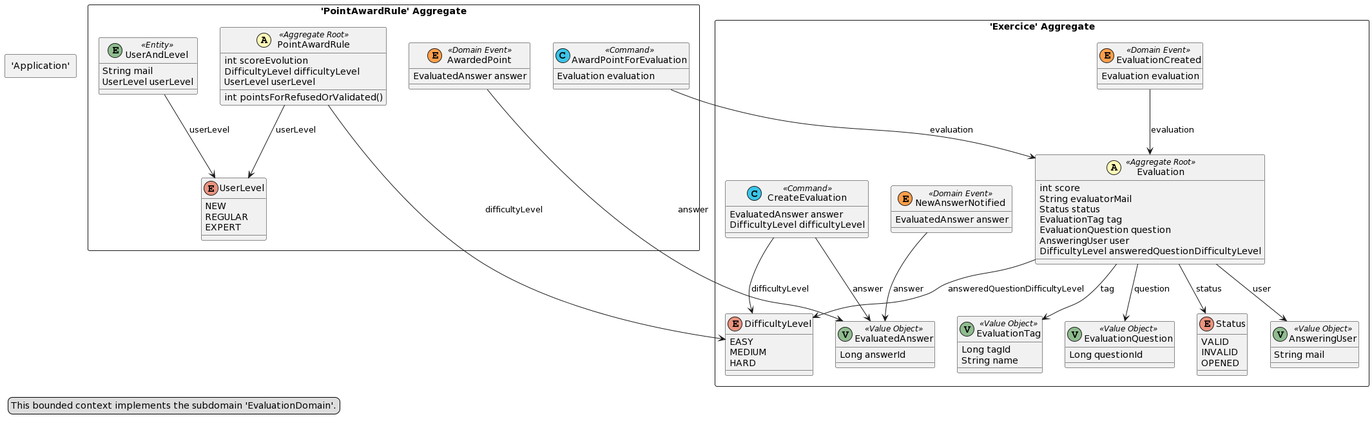
The PlantUML diagram doc/dist/src-gen/gamedev_BC_EvaluationContext.png in esgi-lyon/question-ddd, before a commit.
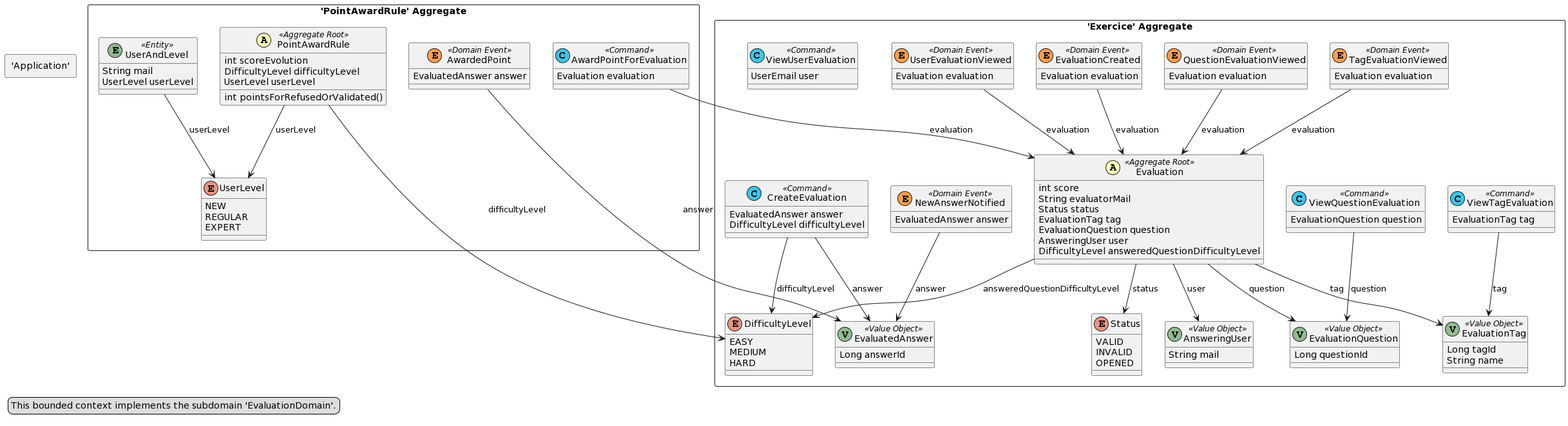
After the commit.

What changed in the source:
```diff
@@ -40,9 +40,27 @@
 	class NewAnswerNotified <<(E,#ff9f4b) Domain Event>> {
 		EvaluatedAnswer answer
 	}
+	class UserEvaluationViewed <<(E,#ff9f4b) Domain Event>> {
+		Evaluation evaluation
+	}
+	class TagEvaluationViewed <<(E,#ff9f4b) Domain Event>> {
+		Evaluation evaluation
+	}
+	class QuestionEvaluationViewed <<(E,#ff9f4b) Domain Event>> {
+		Evaluation evaluation
+	}
+	class ViewTagEvaluation <<(C,#3bc5e9) Command>> {
+		EvaluationTag tag
+	}
 	class CreateEvaluation <<(C,#3bc5e9) Command>> {
 		EvaluatedAnswer answer
 		DifficultyLevel difficultyLevel
+	}
+	class ViewUserEvaluation <<(C,#3bc5e9) Command>> {
+		UserEmail user
+	}
+	class ViewQuestionEvaluation <<(C,#3bc5e9) Command>> {
+		EvaluationQuestion question
 	}
 }
 package "'PointAwardRule' Aggregate" <<Rectangle>> {
@@ -73,12 +91,17 @@
 		This application layer contains flow definitions (visualization available via BPMN Sketch Miner).
 	end legend
 }
+QuestionEvaluationViewed --> Evaluation : evaluation
 CreateEvaluation --> EvaluatedAnswer : answer
 Evaluation --> Status : status
 AwardPointForEvaluation --> Evaluation : evaluation
+UserEvaluationViewed --> Evaluation : evaluation
+ViewTagEvaluation --> EvaluationTag : tag
 CreateEvaluation --> DifficultyLevel : difficultyLevel
 Evaluation --> DifficultyLevel : answeredQuestionDifficultyLevel
 AwardedPoint --> EvaluatedAnswer : answer
+TagEvaluationViewed --> Evaluation : evaluation
+ViewQuestionEvaluation --> EvaluationQuestion : question
 Evaluation --> EvaluationTag : tag
 NewAnswerNotified --> EvaluatedAnswer : answer
 PointAwardRule --> UserLevel : userLevel
```
